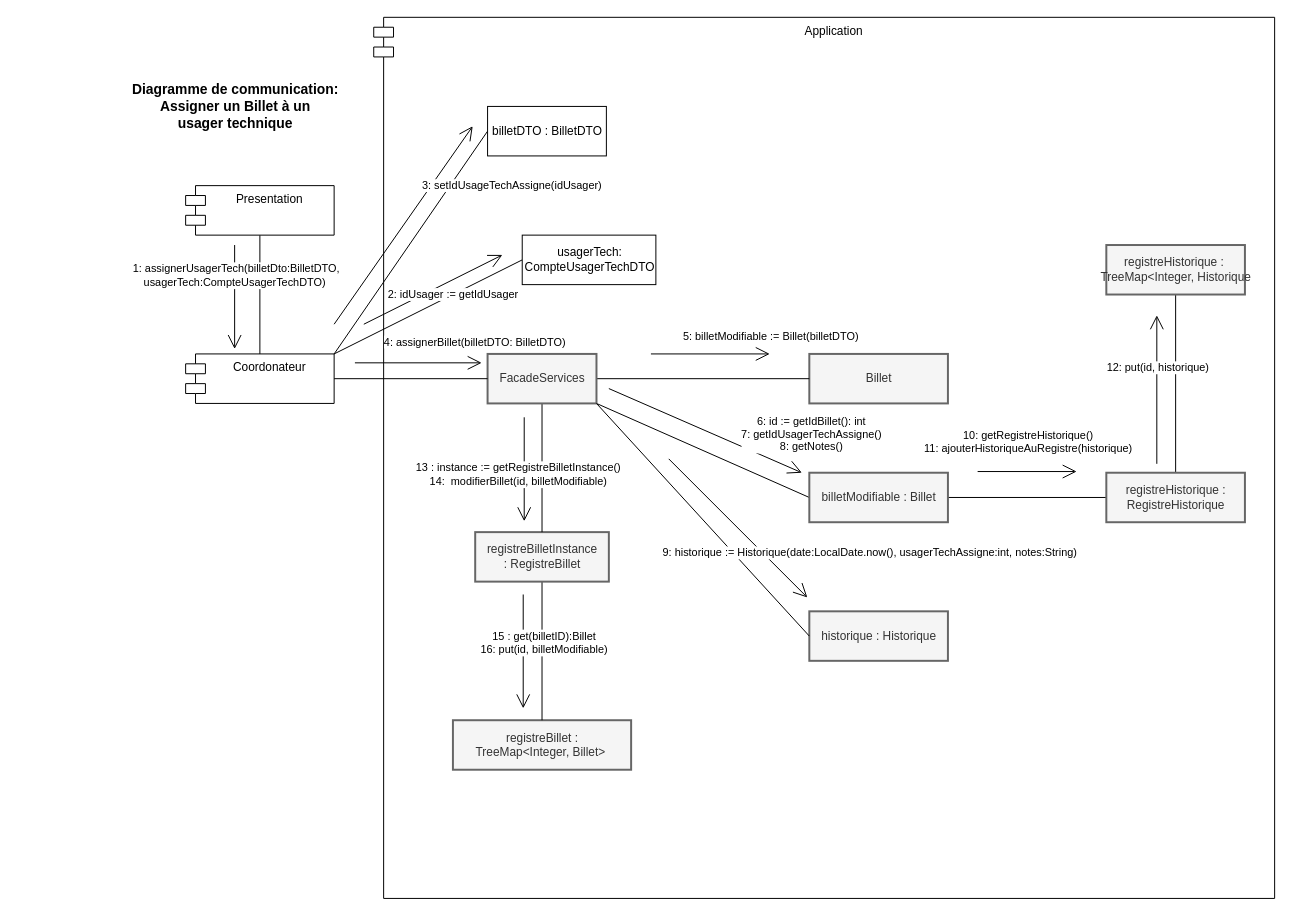
Above: Diagrammes de conception/Diagrammes de communication/Assigner_Billet_UC.drawio in ChristWasTaken/Projet-Conception-et-Archictecture (draw.io), before the change. Source tidied: cells renumbered, new cells numbered last; positions are measured from the earlier drawing's top-left corner, leaving out a move shared by most shapes. Both pictures are drawn from the tidied source at 99%, with x=0, y=0 at pixel (126, 17).
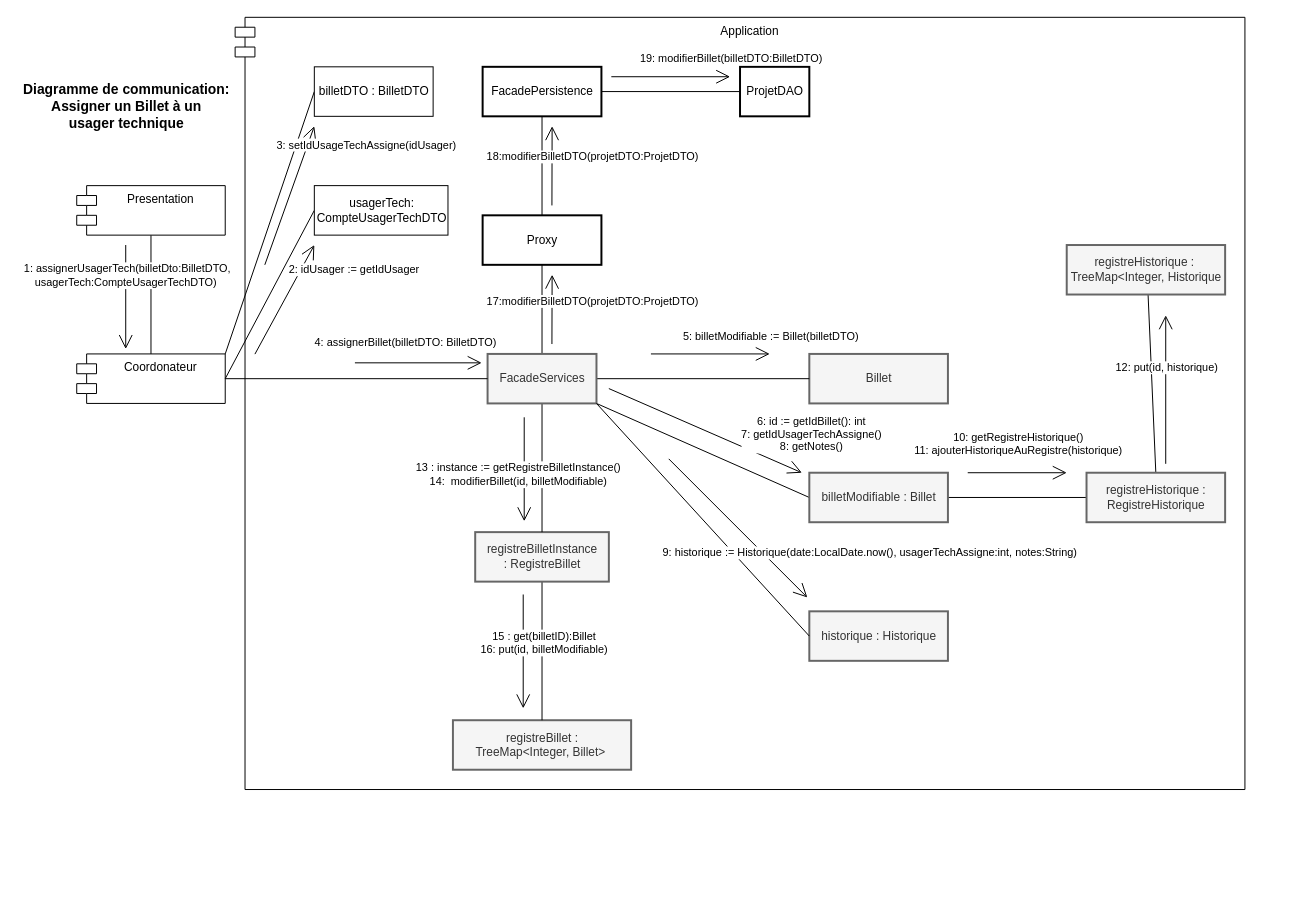
After the change.

The change refers to these unchanged cells:
```xml
<mxCell id="11" value="FacadeServices" style="html=1;strokeWidth=2;fillColor=#f5f5f5;fontColor=#333333;strokeColor=#666666;" parent="1" vertex="1">
  <mxGeometry x="365" y="340" width="110" height="50" as="geometry" />
</mxCell>
<mxCell id="12" style="endArrow=open;endFill=1;endSize=12;html=1;rounded=0;" parent="1" edge="1">
  <mxGeometry relative="1" as="geometry">
    <mxPoint x="231" y="349" as="sourcePoint" />
    <mxPoint x="359" y="349" as="targetPoint" />
  </mxGeometry>
</mxCell>
```

What changed in the source:
```diff
@@
     <mxCell id="2" value="Coordonateur" style="shape=module;align=left;spacingLeft=20;align=center;verticalAlign=top;" parent="1" vertex="1">
-      <mxGeometry x="60" y="340" width="150" height="50" as="geometry" />
+      <mxGeometry x="-50" y="340" width="150" height="50" as="geometry" />
     </mxCell>
     <mxCell id="3" value="Application" style="shape=module;align=left;spacingLeft=20;align=center;verticalAlign=top;" parent="1" vertex="1">
-      <mxGeometry x="250" width="910" height="890" as="geometry" />
+      <mxGeometry x="110" width="1020" height="780" as="geometry" />
     </mxCell>
@@
+    <mxCell id="49" style="edgeStyle=orthogonalEdgeStyle;rounded=0;jettySize=auto;html=1;entryX=0.5;entryY=1;entryDx=0;entryDy=0;endArrow=none;endFill=0;" parent="1" edge="1" source="11" target="51">
+      <mxGeometry relative="1" as="geometry" />
+    </mxCell>
@@
     <mxCell id="13" value="4: assignerBillet(billetDTO: BilletDTO)" style="edgeLabel;html=1;align=center;verticalAlign=middle;" parent="12" vertex="1">
       <mxGeometry x="0.18" relative="1" as="geometry">
-        <mxPoint x="44" y="-22" as="offset" />
+        <mxPoint x="-26" y="-22" as="offset" />
       </mxGeometry>
     </mxCell>
@@
     <mxCell id="21" value="Diagramme de communication:&lt;br style=&quot;font-size: 14px;&quot;&gt;Assigner un Billet à un&lt;br&gt;usager technique" style="text;html=1;align=center;verticalAlign=middle;strokeColor=none;fillColor=none;fontStyle=1;fontSize=14;" parent="1" vertex="1">
-      <mxGeometry y="60" width="220" height="60" as="geometry" />
+      <mxGeometry x="-110" y="60" width="220" height="60" as="geometry" />
     </mxCell>
-    <mxCell id="22" style="edgeStyle=none;rounded=0;jettySize=auto;html=1;exitX=0;exitY=0.5;exitDx=0;exitDy=0;entryX=1;entryY=0;entryDx=0;entryDy=0;endArrow=none;endFill=0;" parent="1" edge="1" source="23" target="2">
+    <mxCell id="22" style="edgeStyle=none;rounded=0;jettySize=auto;html=1;exitX=0;exitY=0.5;exitDx=0;exitDy=0;entryX=1;entryY=0.5;entryDx=0;entryDy=0;endArrow=none;endFill=0;" parent="1" edge="1" source="23" target="2">
       <mxGeometry relative="1" as="geometry" />
     </mxCell>
     <mxCell id="23" value="usagerTech:&lt;br&gt;CompteUsagerTechDTO" style="html=1;" parent="1" vertex="1">
-      <mxGeometry x="400" y="220" width="135" height="50" as="geometry" />
+      <mxGeometry x="190" y="170" width="135" height="50" as="geometry" />
     </mxCell>
@@
     <mxCell id="26" value="registreHistorique :&amp;nbsp;&lt;br&gt;TreeMap&amp;lt;Integer, Historique" style="html=1;strokeWidth=2;fillColor=#f5f5f5;fontColor=#333333;strokeColor=#666666;" parent="1" vertex="1">
-      <mxGeometry x="990" y="230" width="140" height="50" as="geometry" />
+      <mxGeometry x="950" y="230" width="160" height="50" as="geometry" />
     </mxCell>
@@
     <mxCell id="28" value="registreHistorique : &lt;br&gt;RegistreHistorique" style="html=1;strokeWidth=2;fillColor=#f5f5f5;fontColor=#333333;strokeColor=#666666;" parent="1" vertex="1">
-      <mxGeometry x="990" y="460" width="140" height="50" as="geometry" />
+      <mxGeometry x="970" y="460" width="140" height="50" as="geometry" />
     </mxCell>
@@
     <mxCell id="35" style="endArrow=open;endFill=1;endSize=12;html=1;rounded=0;entryX=0.25;entryY=1;entryDx=0;entryDy=0;" parent="1" edge="1">
       <mxGeometry relative="1" as="geometry">
-        <mxPoint x="1041" y="451" as="sourcePoint" />
-        <mxPoint x="1041" y="301" as="targetPoint" />
+        <mxPoint x="1050" y="451" as="sourcePoint" />
+        <mxPoint x="1050" y="301" as="targetPoint" />
       </mxGeometry>
     </mxCell>
@@
     <mxCell id="37" style="endArrow=open;endFill=1;endSize=12;html=1;rounded=0;" parent="1" edge="1">
       <mxGeometry relative="1" as="geometry">
-        <mxPoint x="860" y="458.8" as="sourcePoint" />
-        <mxPoint x="960" y="458.8" as="targetPoint" />
+        <mxPoint x="850" y="460" as="sourcePoint" />
+        <mxPoint x="950" y="460" as="targetPoint" />
       </mxGeometry>
     </mxCell>
@@
     <mxCell id="40" value="Presentation" style="shape=module;align=left;spacingLeft=20;align=center;verticalAlign=top;" parent="1" vertex="1">
-      <mxGeometry x="60" y="170" width="150" height="50" as="geometry" />
+      <mxGeometry x="-50" y="170" width="150" height="50" as="geometry" />
     </mxCell>
     <mxCell id="41" style="endArrow=open;endFill=1;endSize=12;html=1;rounded=0;" parent="1" edge="1">
       <mxGeometry relative="1" as="geometry">
-        <mxPoint x="109.5" y="230" as="sourcePoint" />
-        <mxPoint x="109.5" y="335" as="targetPoint" />
+        <mxPoint x="-0.5" y="230" as="sourcePoint" />
+        <mxPoint x="-0.5" y="335" as="targetPoint" />
       </mxGeometry>
     </mxCell>
@@
     <mxCell id="44" value="billetDTO : BilletDTO" style="html=1;" parent="1" vertex="1">
-      <mxGeometry x="365" y="90" width="120" height="50" as="geometry" />
+      <mxGeometry x="190" y="50" width="120" height="50" as="geometry" />
     </mxCell>
-    <mxCell id="45" style="endArrow=open;endFill=1;endSize=12;html=1;rounded=0;exitX=1;exitY=0.5;exitDx=0;exitDy=0;" parent="1" edge="1">
+    <mxCell id="45" style="endArrow=open;endFill=1;endSize=12;html=1;rounded=0;" parent="1" edge="1">
       <mxGeometry relative="1" as="geometry">
-        <mxPoint x="210" y="310" as="sourcePoint" />
-        <mxPoint x="350" y="110" as="targetPoint" />
+        <mxPoint x="140" y="250" as="sourcePoint" />
+        <mxPoint x="190" y="110" as="targetPoint" />
       </mxGeometry>
     </mxCell>
     <mxCell id="46" value="3: setIdUsageTechAssigne(idUsager)&amp;nbsp;" style="edgeLabel;html=1;align=center;verticalAlign=middle;" parent="45" vertex="1">
       <mxGeometry x="0.29" y="1" relative="1" as="geometry">
-        <mxPoint x="91" y="-11" as="offset" />
+        <mxPoint x="72" y="-31" as="offset" />
       </mxGeometry>
     </mxCell>
-    <mxCell id="47" style="endArrow=open;endFill=1;endSize=12;html=1;rounded=0;exitX=1;exitY=0.5;exitDx=0;exitDy=0;" parent="1" edge="1">
+    <mxCell id="47" style="endArrow=open;endFill=1;endSize=12;html=1;rounded=0;" parent="1" edge="1">
       <mxGeometry relative="1" as="geometry">
-        <mxPoint x="240" y="310" as="sourcePoint" />
-        <mxPoint x="380" y="240" as="targetPoint" />
+        <mxPoint x="130" y="340.2" as="sourcePoint" />
+        <mxPoint x="190" y="230" as="targetPoint" />
       </mxGeometry>
     </mxCell>
     <mxCell id="48" value="2: idUsager := getIdUsager" style="edgeLabel;html=1;align=center;verticalAlign=middle;" parent="47" vertex="1">
       <mxGeometry x="0.29" y="1" relative="1" as="geometry">
-        <mxPoint y="16" as="offset" />
+        <mxPoint x="62" y="-14" as="offset" />
       </mxGeometry>
     </mxCell>
+    <mxCell id="50" style="edgeStyle=none;rounded=0;jettySize=auto;html=1;entryX=0.5;entryY=0;entryDx=0;entryDy=0;fontSize=21;endArrow=none;endFill=0;strokeWidth=1;" parent="1" edge="1" source="51" target="53">
+      <mxGeometry relative="1" as="geometry" />
+    </mxCell>
+    <mxCell id="51" value="Proxy" style="html=1;strokeWidth=2;" parent="1" vertex="1">
+      <mxGeometry x="360" y="200" width="120" height="50" as="geometry" />
+    </mxCell>
+    <mxCell id="52" style="edgeStyle=none;rounded=0;jettySize=auto;html=1;entryX=1;entryY=0.5;entryDx=0;entryDy=0;fontSize=21;endArrow=none;endFill=0;strokeWidth=1;" parent="1" edge="1" source="53" target="56">
+      <mxGeometry relative="1" as="geometry" />
+    </mxCell>
+    <mxCell id="53" value="FacadePersistence" style="html=1;strokeWidth=2;" parent="1" vertex="1">
+      <mxGeometry x="360" y="50" width="120" height="50" as="geometry" />
+    </mxCell>
+    <mxCell id="54" style="endArrow=open;endFill=1;endSize=12;html=1;rounded=0;" parent="1" edge="1">
+      <mxGeometry relative="1" as="geometry">
+        <mxPoint x="430" y="330" as="sourcePoint" />
+        <mxPoint x="430.2" y="260" as="targetPoint" />
+      </mxGeometry>
+    </mxCell>
+    <mxCell id="55" value="17:modifierBilletDTO(projetDTO:ProjetDTO)" style="edgeLabel;html=1;align=center;verticalAlign=middle;" parent="54" vertex="1">
+      <mxGeometry x="0.18" relative="1" as="geometry">
+        <mxPoint x="40" y="-3" as="offset" />
+      </mxGeometry>
+    </mxCell>
+    <mxCell id="56" value="ProjetDAO" style="html=1;strokeWidth=2;" parent="1" vertex="1">
+      <mxGeometry x="620" y="50" width="70" height="50" as="geometry" />
+    </mxCell>
+    <mxCell id="57" style="endArrow=open;endFill=1;endSize=12;html=1;rounded=0;" parent="1" edge="1">
+      <mxGeometry relative="1" as="geometry">
+        <mxPoint x="430" y="190" as="sourcePoint" />
+        <mxPoint x="430.2" y="110" as="targetPoint" />
+      </mxGeometry>
+    </mxCell>
+    <mxCell id="58" value="18:modifierBilletDTO(projetDTO:ProjetDTO)" style="edgeLabel;html=1;align=center;verticalAlign=middle;" parent="57" vertex="1">
+      <mxGeometry x="0.18" relative="1" as="geometry">
+        <mxPoint x="40" y="-3" as="offset" />
+      </mxGeometry>
+    </mxCell>
+    <mxCell id="59" style="endArrow=open;endFill=1;endSize=12;html=1;rounded=0;" parent="1" edge="1">
+      <mxGeometry relative="1" as="geometry">
+        <mxPoint x="490" y="60" as="sourcePoint" />
+        <mxPoint x="610" y="60" as="targetPoint" />
+      </mxGeometry>
+    </mxCell>
+    <mxCell id="60" value="19: modifierBillet(billetDTO:BilletDTO)" style="edgeLabel;html=1;align=center;verticalAlign=middle;" parent="59" vertex="1">
+      <mxGeometry x="0.18" relative="1" as="geometry">
+        <mxPoint x="49" y="-19" as="offset" />
+      </mxGeometry>
+    </mxCell>
```
